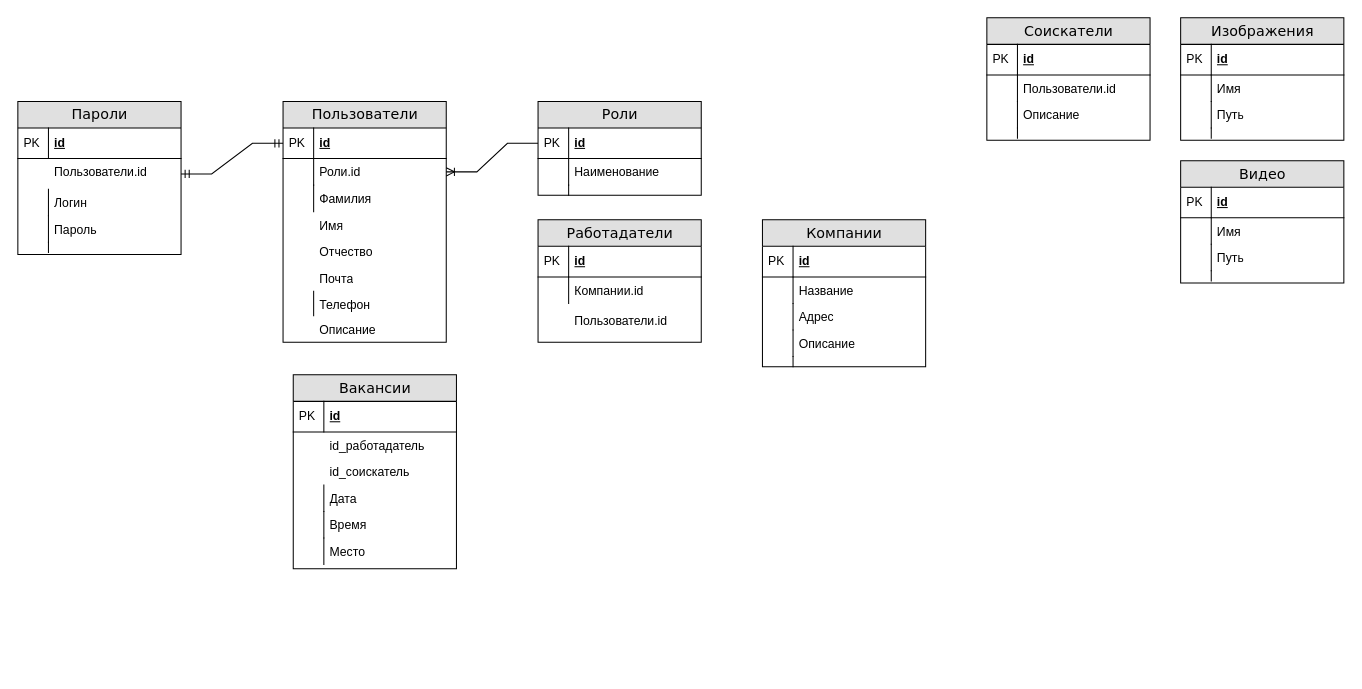
The draw.io diagram Диаграмма без названия.drawio in Halababka/WordSkills2023, before the edit. Source tidied: cells renumbered, new cells numbered last; positions are measured from the earlier drawing's top-left corner, leaving out a move shared by most shapes. Both pictures are drawn from the tidied source at 102%, with x=0, y=0 at pixel (17, 17).
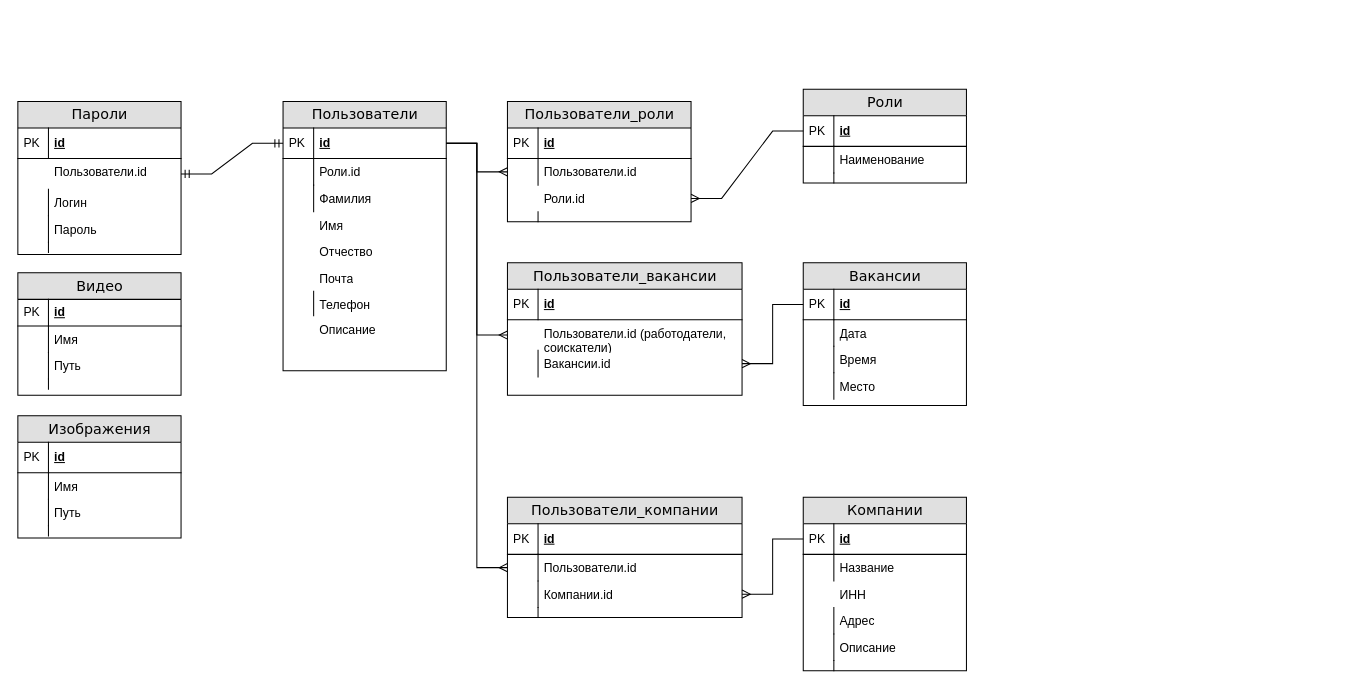
After the change.

The change refers to these unchanged cells:
```xml
<mxCell id="3" value="id" style="shape=partialRectangle;top=0;left=0;right=0;bottom=1;html=1;align=left;verticalAlign=middle;fillColor=none;spacingLeft=34;spacingRight=4;whiteSpace=wrap;overflow=hidden;points=[[0,0.5],[1,0.5]];portConstraint=eastwest;fontStyle=5;" parent="2" vertex="1">
  <mxGeometry y="26" width="160" height="30" as="geometry" />
</mxCell>
<mxCell id="5" value="Роли.id" style="shape=partialRectangle;top=0;left=0;right=0;bottom=0;html=1;align=left;verticalAlign=top;fillColor=none;spacingLeft=34;spacingRight=4;whiteSpace=wrap;overflow=hidden;points=[[0,0.5],[1,0.5]];portConstraint=eastwest;" parent="2" vertex="1">
  <mxGeometry y="56" width="160" height="26" as="geometry" />
</mxCell>
<mxCell id="16" value="id" style="shape=partialRectangle;top=0;left=0;right=0;bottom=1;html=1;align=left;verticalAlign=middle;fillColor=none;spacingLeft=34;spacingRight=4;whiteSpace=wrap;overflow=hidden;points=[[0,0.5],[1,0.5]];portConstraint=eastwest;fontStyle=5;" parent="15" vertex="1">
  <mxGeometry y="26" width="160" height="30" as="geometry" />
</mxCell>
<mxCell id="23" value="id" style="shape=partialRectangle;top=0;left=0;right=0;bottom=1;html=1;align=left;verticalAlign=middle;fillColor=none;spacingLeft=34;spacingRight=4;whiteSpace=wrap;overflow=hidden;points=[[0,0.5],[1,0.5]];portConstraint=eastwest;fontStyle=5;" parent="22" vertex="1">
  <mxGeometry y="26" width="160" height="30" as="geometry" />
</mxCell>
<mxCell id="59" value="id" style="shape=partialRectangle;top=0;left=0;right=0;bottom=1;html=1;align=left;verticalAlign=middle;fillColor=none;spacingLeft=34;spacingRight=4;whiteSpace=wrap;overflow=hidden;points=[[0,0.5],[1,0.5]];portConstraint=eastwest;fontStyle=5;" parent="58" vertex="1">
  <mxGeometry y="26" width="160" height="30" as="geometry" />
</mxCell>
```

Change to the diagram source:
```diff
@@
     <mxCell id="2" value="Пользователи" style="swimlane;html=1;fontStyle=0;horizontal=1;startSize=26;fillColor=#e0e0e0;swimlaneFillColor=#ffffff;align=center;rounded=0;shadow=0;comic=0;labelBackgroundColor=none;strokeWidth=1;fontFamily=Verdana;fontSize=14;" parent="1" vertex="1">
-      <mxGeometry x="260" y="82" width="160" height="236" as="geometry" />
+      <mxGeometry x="260" y="82" width="160" height="264" as="geometry" />
     </mxCell>
@@
-    <mxCell id="11" value="Почта" style="shape=partialRectangle;top=0;left=0;right=0;bottom=0;html=1;align=left;verticalAlign=top;fillColor=none;spacingLeft=34;spacingRight=4;whiteSpace=wrap;overflow=hidden;" parent="2" vertex="1">
+    <mxCell id="11" value="Почта" style="shape=partialRectangle;top=0;left=0;right=0;bottom=0;html=1;align=left;verticalAlign=top;fillColor=none;spacingLeft=34;spacingRight=4;whiteSpace=wrap;overflow=hidden;strokeColor=default;noLabel=0;fixDash=0;backgroundOutline=0;" parent="2" vertex="1">
       <mxGeometry y="160" width="160" height="26" as="geometry" />
     </mxCell>
@@
     <mxCell id="15" value="Роли" style="swimlane;html=1;fontStyle=0;horizontal=1;startSize=26;fillColor=#e0e0e0;swimlaneFillColor=#ffffff;align=center;rounded=0;shadow=0;comic=0;labelBackgroundColor=none;strokeWidth=1;fontFamily=Verdana;fontSize=14;" parent="1" vertex="1">
-      <mxGeometry x="510" y="82" width="160" height="92" as="geometry" />
+      <mxGeometry x="770" y="70" width="160" height="92" as="geometry" />
     </mxCell>
@@
     <mxCell id="22" value="Вакансии" style="swimlane;html=1;fontStyle=0;horizontal=1;startSize=26;fillColor=#e0e0e0;swimlaneFillColor=#ffffff;align=center;rounded=0;shadow=0;comic=0;labelBackgroundColor=none;strokeWidth=1;fontFamily=Verdana;fontSize=14;" parent="1" vertex="1">
-      <mxGeometry x="270" y="350" width="160" height="190" as="geometry" />
+      <mxGeometry x="770" y="240" width="160" height="140" as="geometry" />
     </mxCell>
@@
-    <mxCell id="25" value="id_работадатель" style="shape=partialRectangle;top=0;left=0;right=0;bottom=0;html=1;align=left;verticalAlign=top;fillColor=none;spacingLeft=34;spacingRight=4;whiteSpace=wrap;overflow=hidden;" parent="22" vertex="1">
-      <mxGeometry y="56" width="160" height="26" as="geometry" />
-    </mxCell>
-    <mxCell id="26" value="id_соискатель" style="shape=partialRectangle;top=0;left=0;right=0;bottom=0;html=1;align=left;verticalAlign=top;fillColor=none;spacingLeft=34;spacingRight=4;whiteSpace=wrap;overflow=hidden;" parent="22" vertex="1">
-      <mxGeometry y="82" width="160" height="26" as="geometry" />
-    </mxCell>
     <mxCell id="27" value="Дата" style="shape=partialRectangle;top=0;left=0;right=0;bottom=0;html=1;align=left;verticalAlign=top;fillColor=none;spacingLeft=34;spacingRight=4;whiteSpace=wrap;overflow=hidden;" parent="22" vertex="1">
-      <mxGeometry y="108" width="160" height="26" as="geometry" />
+      <mxGeometry y="56" width="160" height="26" as="geometry" />
     </mxCell>
@@
     <mxCell id="29" value="Время" style="shape=partialRectangle;top=0;left=0;right=0;bottom=0;html=1;align=left;verticalAlign=top;fillColor=none;spacingLeft=34;spacingRight=4;whiteSpace=wrap;overflow=hidden;" parent="22" vertex="1">
-      <mxGeometry y="134" width="160" height="26" as="geometry" />
+      <mxGeometry y="82" width="160" height="26" as="geometry" />
     </mxCell>
@@
     <mxCell id="31" value="Место" style="shape=partialRectangle;top=0;left=0;right=0;bottom=0;html=1;align=left;verticalAlign=top;fillColor=none;spacingLeft=34;spacingRight=4;whiteSpace=wrap;overflow=hidden;" parent="22" vertex="1">
-      <mxGeometry y="160" width="160" height="26" as="geometry" />
+      <mxGeometry y="108" width="160" height="26" as="geometry" />
     </mxCell>
@@
-    <mxCell id="33" value="Работадатели" style="swimlane;html=1;fontStyle=0;horizontal=1;startSize=26;fillColor=#e0e0e0;swimlaneFillColor=#ffffff;align=center;rounded=0;shadow=0;comic=0;labelBackgroundColor=none;strokeWidth=1;fontFamily=Verdana;fontSize=14;" parent="1" vertex="1">
-      <mxGeometry x="510" y="198" width="160" height="120" as="geometry" />
-    </mxCell>
-    <mxCell id="34" value="id" style="shape=partialRectangle;top=0;left=0;right=0;bottom=1;html=1;align=left;verticalAlign=middle;fillColor=none;spacingLeft=34;spacingRight=4;whiteSpace=wrap;overflow=hidden;fontStyle=5;" parent="33" vertex="1">
-      <mxGeometry y="26" width="160" height="30" as="geometry" />
-    </mxCell>
-    <mxCell id="35" value="PK" style="shape=partialRectangle;top=0;left=0;bottom=0;html=1;fillColor=none;align=left;verticalAlign=middle;spacingLeft=4;spacingRight=4;whiteSpace=wrap;overflow=hidden;" parent="34" vertex="1">
-      <mxGeometry width="30" height="30" as="geometry" />
-    </mxCell>
-    <mxCell id="36" value="Компании.id" style="shape=partialRectangle;top=0;left=0;right=0;bottom=0;html=1;align=left;verticalAlign=top;fillColor=none;spacingLeft=34;spacingRight=4;whiteSpace=wrap;overflow=hidden;points=[[0,0.5],[1,0.5]];portConstraint=eastwest;" parent="33" vertex="1">
-      <mxGeometry y="56" width="160" height="30" as="geometry" />
-    </mxCell>
-    <mxCell id="37" style="shape=partialRectangle;top=0;left=0;bottom=0;html=1;fillColor=none;align=left;verticalAlign=top;spacingLeft=4;spacingRight=4;whiteSpace=wrap;overflow=hidden;" parent="36" vertex="1">
-      <mxGeometry width="30" height="26" as="geometry" />
-    </mxCell>
-    <mxCell id="38" value="Пользователи.id" style="shape=partialRectangle;top=0;left=0;right=0;bottom=0;html=1;align=left;verticalAlign=top;fillColor=none;spacingLeft=34;spacingRight=4;whiteSpace=wrap;overflow=hidden;" parent="33" vertex="1">
-      <mxGeometry y="86" width="160" height="26" as="geometry" />
-    </mxCell>
-    <mxCell id="39" value="Соискатели" style="swimlane;html=1;fontStyle=0;horizontal=1;startSize=26;fillColor=#e0e0e0;swimlaneFillColor=#ffffff;align=center;rounded=0;shadow=0;comic=0;labelBackgroundColor=none;strokeWidth=1;fontFamily=Verdana;fontSize=14;" parent="1" vertex="1">
-      <mxGeometry x="950" width="160" height="120" as="geometry" />
-    </mxCell>
-    <mxCell id="40" value="id" style="shape=partialRectangle;top=0;left=0;right=0;bottom=1;html=1;align=left;verticalAlign=middle;fillColor=none;spacingLeft=34;spacingRight=4;whiteSpace=wrap;overflow=hidden;fontStyle=5;" parent="39" vertex="1">
-      <mxGeometry y="26" width="160" height="30" as="geometry" />
-    </mxCell>
-    <mxCell id="41" value="PK" style="shape=partialRectangle;top=0;left=0;bottom=0;html=1;fillColor=none;align=left;verticalAlign=middle;spacingLeft=4;spacingRight=4;whiteSpace=wrap;overflow=hidden;" parent="40" vertex="1">
-      <mxGeometry width="30" height="30" as="geometry" />
-    </mxCell>
-    <mxCell id="42" value="Пользователи.id" style="shape=partialRectangle;top=0;left=0;right=0;bottom=0;html=1;align=left;verticalAlign=top;fillColor=none;spacingLeft=34;spacingRight=4;whiteSpace=wrap;overflow=hidden;" parent="39" vertex="1">
-      <mxGeometry y="56" width="160" height="26" as="geometry" />
-    </mxCell>
-    <mxCell id="43" style="shape=partialRectangle;top=0;left=0;bottom=0;html=1;fillColor=none;align=left;verticalAlign=top;spacingLeft=4;spacingRight=4;whiteSpace=wrap;overflow=hidden;" parent="42" vertex="1">
-      <mxGeometry width="30" height="26" as="geometry" />
-    </mxCell>
-    <mxCell id="44" value="Описание" style="shape=partialRectangle;top=0;left=0;right=0;bottom=0;html=1;align=left;verticalAlign=top;fillColor=none;spacingLeft=34;spacingRight=4;whiteSpace=wrap;overflow=hidden;" parent="39" vertex="1">
-      <mxGeometry y="82" width="160" height="26" as="geometry" />
-    </mxCell>
-    <mxCell id="45" style="shape=partialRectangle;top=0;left=0;bottom=0;html=1;fillColor=none;align=left;verticalAlign=top;spacingLeft=4;spacingRight=4;whiteSpace=wrap;overflow=hidden;" parent="44" vertex="1">
-      <mxGeometry width="30" height="26" as="geometry" />
-    </mxCell>
-    <mxCell id="46" style="shape=partialRectangle;top=0;left=0;right=0;bottom=0;html=1;align=left;verticalAlign=top;fillColor=none;spacingLeft=34;spacingRight=4;whiteSpace=wrap;overflow=hidden;" parent="39" vertex="1">
-      <mxGeometry y="108" width="160" height="10" as="geometry" />
-    </mxCell>
-    <mxCell id="47" style="shape=partialRectangle;top=0;left=0;bottom=0;html=1;fillColor=none;align=left;verticalAlign=top;spacingLeft=4;spacingRight=4;whiteSpace=wrap;overflow=hidden;" parent="46" vertex="1">
-      <mxGeometry width="30" height="10" as="geometry" />
-    </mxCell>
@@
     <mxCell id="58" value="Компании" style="swimlane;html=1;fontStyle=0;horizontal=1;startSize=26;fillColor=#e0e0e0;swimlaneFillColor=#ffffff;align=center;rounded=0;shadow=0;comic=0;labelBackgroundColor=none;strokeWidth=1;fontFamily=Verdana;fontSize=14;" parent="1" vertex="1">
-      <mxGeometry x="730" y="198" width="160" height="144" as="geometry" />
+      <mxGeometry x="770" y="470" width="160" height="170" as="geometry" />
     </mxCell>
@@
+    <mxCell id="89" value="ИНН" style="shape=partialRectangle;top=0;left=0;right=0;bottom=0;html=1;align=left;verticalAlign=top;fillColor=none;spacingLeft=34;spacingRight=4;whiteSpace=wrap;overflow=hidden;" parent="58" vertex="1">
+      <mxGeometry y="82" width="160" height="26" as="geometry" />
+    </mxCell>
     <mxCell id="63" value="Адрес" style="shape=partialRectangle;top=0;left=0;right=0;bottom=0;html=1;align=left;verticalAlign=top;fillColor=none;spacingLeft=34;spacingRight=4;whiteSpace=wrap;overflow=hidden;" parent="58" vertex="1">
-      <mxGeometry y="82" width="160" height="26" as="geometry" />
+      <mxGeometry y="108" width="160" height="26" as="geometry" />
     </mxCell>
@@
     <mxCell id="65" value="Описание" style="shape=partialRectangle;top=0;left=0;right=0;bottom=0;html=1;align=left;verticalAlign=top;fillColor=none;spacingLeft=34;spacingRight=4;whiteSpace=wrap;overflow=hidden;" parent="58" vertex="1">
-      <mxGeometry y="108" width="160" height="26" as="geometry" />
+      <mxGeometry y="134" width="160" height="26" as="geometry" />
     </mxCell>
@@
     <mxCell id="67" style="shape=partialRectangle;top=0;left=0;right=0;bottom=0;html=1;align=left;verticalAlign=top;fillColor=none;spacingLeft=34;spacingRight=4;whiteSpace=wrap;overflow=hidden;" parent="58" vertex="1">
-      <mxGeometry y="134" width="160" height="10" as="geometry" />
+      <mxGeometry y="160" width="160" height="10" as="geometry" />
     </mxCell>
@@
     <mxCell id="69" value="Изображения" style="swimlane;html=1;fontStyle=0;horizontal=1;startSize=26;fillColor=#e0e0e0;swimlaneFillColor=#ffffff;align=center;rounded=0;shadow=0;comic=0;labelBackgroundColor=none;strokeWidth=1;fontFamily=Verdana;fontSize=14;" parent="1" vertex="1">
-      <mxGeometry x="1140" width="160" height="120" as="geometry" />
+      <mxGeometry y="390" width="160" height="120" as="geometry" />
     </mxCell>
@@
     <mxCell id="78" value="Видео" style="swimlane;html=1;fontStyle=0;horizontal=1;startSize=26;fillColor=#e0e0e0;swimlaneFillColor=#ffffff;align=center;rounded=0;shadow=0;comic=0;labelBackgroundColor=none;strokeWidth=1;fontFamily=Verdana;fontSize=14;" parent="1" vertex="1">
-      <mxGeometry x="1140" y="140" width="160" height="120" as="geometry" />
+      <mxGeometry y="250" width="160" height="120" as="geometry" />
     </mxCell>
     <mxCell id="79" value="id" style="shape=partialRectangle;top=0;left=0;right=0;bottom=1;html=1;align=left;verticalAlign=middle;fillColor=none;spacingLeft=34;spacingRight=4;whiteSpace=wrap;overflow=hidden;fontStyle=5;" parent="78" vertex="1">
-      <mxGeometry y="26" width="160" height="30" as="geometry" />
+      <mxGeometry y="26" width="160" height="26" as="geometry" />
     </mxCell>
     <mxCell id="80" value="PK" style="shape=partialRectangle;top=0;left=0;bottom=0;html=1;fillColor=none;align=left;verticalAlign=middle;spacingLeft=4;spacingRight=4;whiteSpace=wrap;overflow=hidden;" parent="79" vertex="1">
-      <mxGeometry width="30" height="30" as="geometry" />
+      <mxGeometry width="30" height="26" as="geometry" />
     </mxCell>
     <mxCell id="81" value="Имя" style="shape=partialRectangle;top=0;left=0;right=0;bottom=0;html=1;align=left;verticalAlign=top;fillColor=none;spacingLeft=34;spacingRight=4;whiteSpace=wrap;overflow=hidden;" parent="78" vertex="1">
-      <mxGeometry y="56" width="160" height="26" as="geometry" />
+      <mxGeometry y="52" width="160" height="26" as="geometry" />
     </mxCell>
@@
     <mxCell id="83" value="Путь" style="shape=partialRectangle;top=0;left=0;right=0;bottom=0;html=1;align=left;verticalAlign=top;fillColor=none;spacingLeft=34;spacingRight=4;whiteSpace=wrap;overflow=hidden;" parent="78" vertex="1">
-      <mxGeometry y="82" width="160" height="26" as="geometry" />
+      <mxGeometry y="78" width="160" height="26" as="geometry" />
     </mxCell>
@@
     <mxCell id="85" style="shape=partialRectangle;top=0;left=0;right=0;bottom=0;html=1;align=left;verticalAlign=top;fillColor=none;spacingLeft=34;spacingRight=4;whiteSpace=wrap;overflow=hidden;" parent="78" vertex="1">
-      <mxGeometry y="108" width="160" height="10" as="geometry" />
+      <mxGeometry y="104" width="160" height="10" as="geometry" />
     </mxCell>
@@
-    <mxCell id="87" style="edgeStyle=entityRelationEdgeStyle;fontSize=12;html=1;endArrow=ERoneToMany;rounded=0;" parent="1" edge="1" source="16" target="5">
-      <mxGeometry relative="1" as="geometry" />
-    </mxCell>
@@
+    <mxCell id="90" value="Пользователи_роли" style="swimlane;html=1;fontStyle=0;horizontal=1;startSize=26;fillColor=#e0e0e0;swimlaneFillColor=#ffffff;align=center;rounded=0;shadow=0;comic=0;labelBackgroundColor=none;strokeWidth=1;fontFamily=Verdana;fontSize=14;" parent="1" vertex="1">
+      <mxGeometry x="480" y="82" width="180" height="118" as="geometry" />
+    </mxCell>
+    <mxCell id="91" value="id" style="shape=partialRectangle;top=0;left=0;right=0;bottom=1;html=1;align=left;verticalAlign=middle;fillColor=none;spacingLeft=34;spacingRight=4;whiteSpace=wrap;overflow=hidden;fontStyle=5;" parent="90" vertex="1">
+      <mxGeometry y="26" width="180" height="30" as="geometry" />
+    </mxCell>
+    <mxCell id="92" value="PK" style="shape=partialRectangle;top=0;left=0;bottom=0;html=1;fillColor=none;align=left;verticalAlign=middle;spacingLeft=4;spacingRight=4;whiteSpace=wrap;overflow=hidden;" parent="91" vertex="1">
+      <mxGeometry width="30" height="30" as="geometry" />
+    </mxCell>
+    <mxCell id="93" value="Пользователи.id" style="shape=partialRectangle;top=0;left=0;right=0;bottom=0;html=1;align=left;verticalAlign=top;fillColor=none;spacingLeft=34;spacingRight=4;whiteSpace=wrap;overflow=hidden;points=[[0,0.5],[1,0.5]];portConstraint=eastwest;" parent="90" vertex="1">
+      <mxGeometry y="56" width="180" height="26" as="geometry" />
+    </mxCell>
+    <mxCell id="94" style="shape=partialRectangle;top=0;left=0;bottom=0;html=1;fillColor=none;align=left;verticalAlign=top;spacingLeft=4;spacingRight=4;whiteSpace=wrap;overflow=hidden;" parent="93" vertex="1">
+      <mxGeometry width="30" height="26" as="geometry" />
+    </mxCell>
+    <mxCell id="95" value="Роли.id" style="shape=partialRectangle;top=0;left=0;right=0;bottom=0;html=1;align=left;verticalAlign=top;fillColor=none;spacingLeft=34;spacingRight=4;whiteSpace=wrap;overflow=hidden;points=[[0,0.5],[1,0.5]];portConstraint=eastwest;" parent="90" vertex="1">
+      <mxGeometry y="82" width="180" height="26" as="geometry" />
+    </mxCell>
+    <mxCell id="96" style="shape=partialRectangle;top=0;left=0;right=0;bottom=0;html=1;align=left;verticalAlign=top;fillColor=none;spacingLeft=34;spacingRight=4;whiteSpace=wrap;overflow=hidden;" parent="90" vertex="1">
+      <mxGeometry y="108" width="180" height="10" as="geometry" />
+    </mxCell>
+    <mxCell id="97" style="shape=partialRectangle;top=0;left=0;bottom=0;html=1;fillColor=none;align=left;verticalAlign=top;spacingLeft=4;spacingRight=4;whiteSpace=wrap;overflow=hidden;" parent="96" vertex="1">
+      <mxGeometry width="30" height="10" as="geometry" />
+    </mxCell>
+    <mxCell id="98" style="edgeStyle=entityRelationEdgeStyle;fontSize=12;html=1;endArrow=ERmany;rounded=0;" parent="1" edge="1" source="3" target="93">
+      <mxGeometry relative="1" as="geometry" />
+    </mxCell>
+    <mxCell id="99" style="edgeStyle=entityRelationEdgeStyle;fontSize=12;html=1;endArrow=ERmany;rounded=0;" parent="1" edge="1" source="16" target="95">
+      <mxGeometry relative="1" as="geometry" />
+    </mxCell>
+    <mxCell id="100" value="Пользователи_вакансии" style="swimlane;html=1;fontStyle=0;horizontal=1;startSize=26;fillColor=#e0e0e0;swimlaneFillColor=#ffffff;align=center;rounded=0;shadow=0;comic=0;labelBackgroundColor=none;strokeWidth=1;fontFamily=Verdana;fontSize=14;" parent="1" vertex="1">
+      <mxGeometry x="480" y="240" width="230" height="130" as="geometry" />
+    </mxCell>
+    <mxCell id="101" value="id" style="shape=partialRectangle;top=0;left=0;right=0;bottom=1;html=1;align=left;verticalAlign=middle;fillColor=none;spacingLeft=34;spacingRight=4;whiteSpace=wrap;overflow=hidden;fontStyle=5;" parent="100" vertex="1">
+      <mxGeometry y="26" width="230" height="30" as="geometry" />
+    </mxCell>
+    <mxCell id="102" value="PK" style="shape=partialRectangle;top=0;left=0;bottom=0;html=1;fillColor=none;align=left;verticalAlign=middle;spacingLeft=4;spacingRight=4;whiteSpace=wrap;overflow=hidden;" parent="101" vertex="1">
+      <mxGeometry width="30" height="30" as="geometry" />
+    </mxCell>
+    <mxCell id="103" value="Пользователи.id (работодатели, соискатели)" style="shape=partialRectangle;top=0;left=0;right=0;bottom=0;html=1;align=left;verticalAlign=top;fillColor=none;spacingLeft=34;spacingRight=4;whiteSpace=wrap;overflow=hidden;points=[[0,0.5],[1,0.5]];portConstraint=eastwest;" parent="100" vertex="1">
+      <mxGeometry y="56" width="230" height="30" as="geometry" />
+    </mxCell>
+    <mxCell id="104" value="Вакансии.id" style="shape=partialRectangle;top=0;left=0;right=0;bottom=0;html=1;align=left;verticalAlign=top;fillColor=none;spacingLeft=34;spacingRight=4;whiteSpace=wrap;overflow=hidden;points=[[0,0.5],[1,0.5]];portConstraint=eastwest;" parent="100" vertex="1">
+      <mxGeometry y="86" width="230" height="26" as="geometry" />
+    </mxCell>
+    <mxCell id="105" style="shape=partialRectangle;top=0;left=0;bottom=0;html=1;fillColor=none;align=left;verticalAlign=top;spacingLeft=4;spacingRight=4;whiteSpace=wrap;overflow=hidden;" parent="104" vertex="1">
+      <mxGeometry width="30" height="26" as="geometry" />
+    </mxCell>
+    <mxCell id="106" style="edgeStyle=entityRelationEdgeStyle;fontSize=12;html=1;endArrow=ERmany;rounded=0;" parent="1" edge="1" source="3" target="103">
+      <mxGeometry relative="1" as="geometry" />
+    </mxCell>
+    <mxCell id="107" style="edgeStyle=entityRelationEdgeStyle;fontSize=12;html=1;endArrow=ERmany;rounded=0;" parent="1" edge="1" source="23" target="104">
+      <mxGeometry relative="1" as="geometry" />
+    </mxCell>
+    <mxCell id="108" value="Пользователи_компании" style="swimlane;html=1;fontStyle=0;horizontal=1;startSize=26;fillColor=#e0e0e0;swimlaneFillColor=#ffffff;align=center;rounded=0;shadow=0;comic=0;labelBackgroundColor=none;strokeWidth=1;fontFamily=Verdana;fontSize=14;" parent="1" vertex="1">
+      <mxGeometry x="480" y="470" width="230" height="118" as="geometry" />
+    </mxCell>
+    <mxCell id="109" value="id" style="shape=partialRectangle;top=0;left=0;right=0;bottom=1;html=1;align=left;verticalAlign=middle;fillColor=none;spacingLeft=34;spacingRight=4;whiteSpace=wrap;overflow=hidden;fontStyle=5;" parent="108" vertex="1">
+      <mxGeometry y="26" width="230" height="30" as="geometry" />
+    </mxCell>
+    <mxCell id="110" value="PK" style="shape=partialRectangle;top=0;left=0;bottom=0;html=1;fillColor=none;align=left;verticalAlign=middle;spacingLeft=4;spacingRight=4;whiteSpace=wrap;overflow=hidden;" parent="109" vertex="1">
+      <mxGeometry width="30" height="30" as="geometry" />
+    </mxCell>
+    <mxCell id="111" value="Пользователи.id" style="shape=partialRectangle;top=0;left=0;right=0;bottom=0;html=1;align=left;verticalAlign=top;fillColor=none;spacingLeft=34;spacingRight=4;whiteSpace=wrap;overflow=hidden;points=[[0,0.5],[1,0.5]];portConstraint=eastwest;" parent="108" vertex="1">
+      <mxGeometry y="56" width="230" height="26" as="geometry" />
+    </mxCell>
+    <mxCell id="112" style="shape=partialRectangle;top=0;left=0;bottom=0;html=1;fillColor=none;align=left;verticalAlign=top;spacingLeft=4;spacingRight=4;whiteSpace=wrap;overflow=hidden;" parent="111" vertex="1">
+      <mxGeometry width="30" height="26" as="geometry" />
+    </mxCell>
+    <mxCell id="36" value="Компании.id" style="shape=partialRectangle;top=0;left=0;right=0;bottom=0;html=1;align=left;verticalAlign=top;fillColor=none;spacingLeft=34;spacingRight=4;whiteSpace=wrap;overflow=hidden;points=[[0,0.5],[1,0.5]];portConstraint=eastwest;" parent="108" vertex="1">
+      <mxGeometry y="82" width="230" height="26" as="geometry" />
+    </mxCell>
+    <mxCell id="113" style="shape=partialRectangle;top=0;left=0;bottom=0;html=1;fillColor=none;align=left;verticalAlign=top;spacingLeft=4;spacingRight=4;whiteSpace=wrap;overflow=hidden;" parent="36" vertex="1">
+      <mxGeometry width="30" height="26" as="geometry" />
+    </mxCell>
+    <mxCell id="114" style="shape=partialRectangle;top=0;left=0;right=0;bottom=0;html=1;align=left;verticalAlign=top;fillColor=none;spacingLeft=34;spacingRight=4;whiteSpace=wrap;overflow=hidden;" parent="108" vertex="1">
+      <mxGeometry y="108" width="230" height="10" as="geometry" />
+    </mxCell>
+    <mxCell id="115" style="shape=partialRectangle;top=0;left=0;bottom=0;html=1;fillColor=none;align=left;verticalAlign=top;spacingLeft=4;spacingRight=4;whiteSpace=wrap;overflow=hidden;" parent="114" vertex="1">
+      <mxGeometry width="30" height="10" as="geometry" />
+    </mxCell>
+    <mxCell id="116" style="edgeStyle=entityRelationEdgeStyle;fontSize=12;html=1;endArrow=ERmany;rounded=0;" parent="1" edge="1" source="3" target="111">
+      <mxGeometry relative="1" as="geometry" />
+    </mxCell>
+    <mxCell id="117" style="edgeStyle=entityRelationEdgeStyle;fontSize=12;html=1;endArrow=ERmany;rounded=0;" parent="1" edge="1" source="59" target="36">
+      <mxGeometry relative="1" as="geometry" />
+    </mxCell>
```
